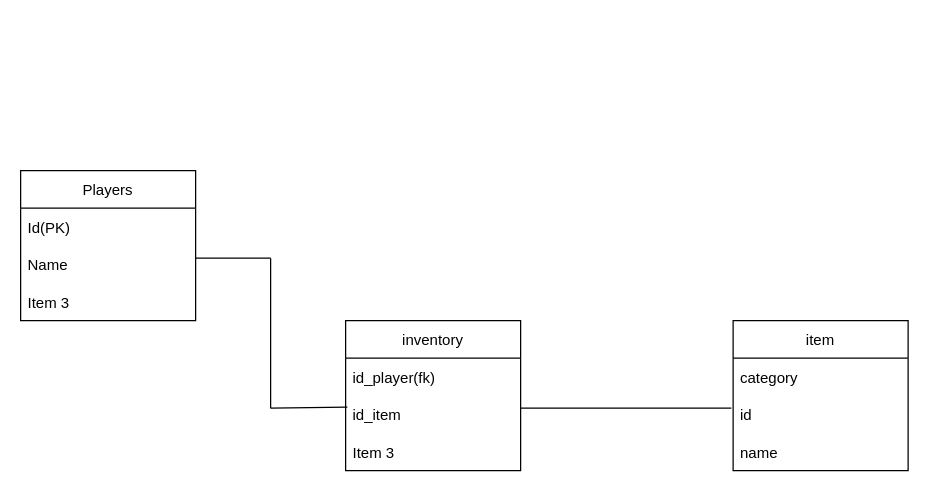
Earlier version of the draw.io diagram Nimetön kaavio.drawio (danielmakela/Database). Source tidied: cells renumbered, new cells numbered last; positions are measured from the earlier drawing's top-left corner, leaving out a move shared by most shapes. Both pictures are drawn from the tidied source at 125%, with x=0, y=0 at pixel (20, 170).
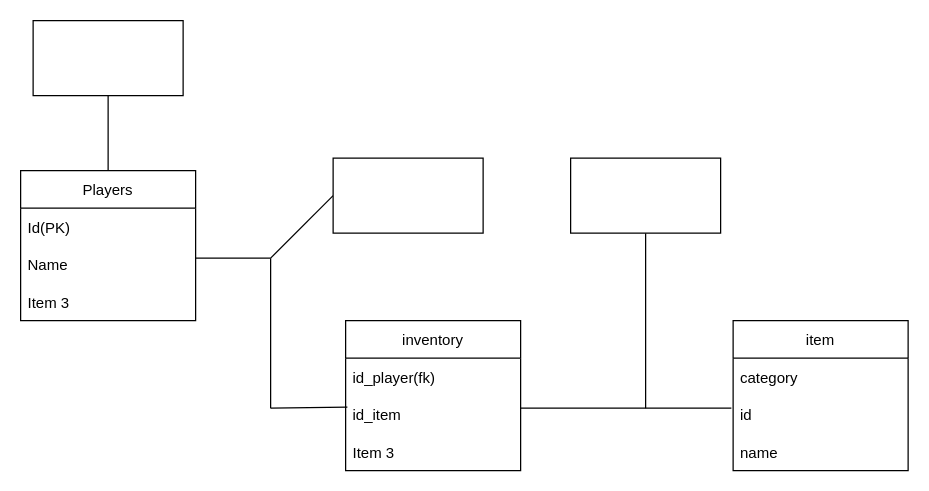
The same diagram, later.

The change refers to these unchanged cells:
```xml
<mxCell id="2" value="Players" style="swimlane;fontStyle=0;horizontal=1;startSize=30;" parent="1" vertex="1">
  <mxGeometry width="140" height="120" as="geometry" />
</mxCell>
```

The edit, as a diff of the source:
```diff
@@
+    <mxCell id="18" style="rounded=0;whiteSpace=wrap;html=1;" parent="1" vertex="1">
+      <mxGeometry x="10" y="-120" width="120" height="60" as="geometry" />
+    </mxCell>
+    <mxCell id="19" style="endArrow=none;html=1;rounded=0;exitX=0.5;exitY=0;exitDx=0;exitDy=0;" parent="1" edge="1" source="2">
+      <mxGeometry relative="1" as="geometry">
+        <mxPoint x="70" y="-60" as="targetPoint" />
+      </mxGeometry>
+    </mxCell>
+    <mxCell id="20" style="endArrow=none;html=1;rounded=0;" parent="1" edge="1">
+      <mxGeometry relative="1" as="geometry">
+        <mxPoint x="200" y="70" as="sourcePoint" />
+        <mxPoint x="250" y="20" as="targetPoint" />
+      </mxGeometry>
+    </mxCell>
+    <mxCell id="21" style="rounded=0;whiteSpace=wrap;html=1;" parent="1" vertex="1">
+      <mxGeometry x="250" y="-10" width="120" height="60" as="geometry" />
+    </mxCell>
+    <mxCell id="22" style="endArrow=none;html=1;rounded=0;entryX=0.5;entryY=1;entryDx=0;entryDy=0;" parent="1" edge="1" target="23">
+      <mxGeometry relative="1" as="geometry">
+        <mxPoint x="500" y="190" as="sourcePoint" />
+        <Array as="points">
+          <mxPoint x="500" y="150" />
+        </Array>
+      </mxGeometry>
+    </mxCell>
+    <mxCell id="23" style="rounded=0;whiteSpace=wrap;html=1;" parent="1" vertex="1">
+      <mxGeometry x="440" y="-10" width="120" height="60" as="geometry" />
+    </mxCell>
```
